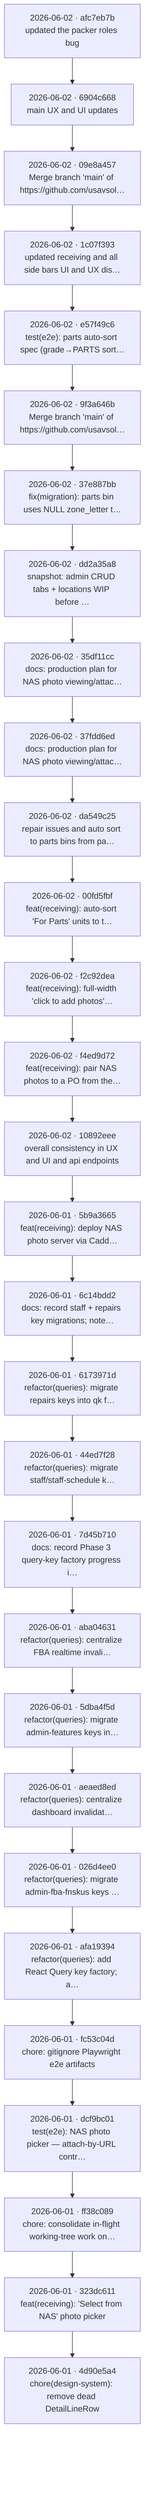
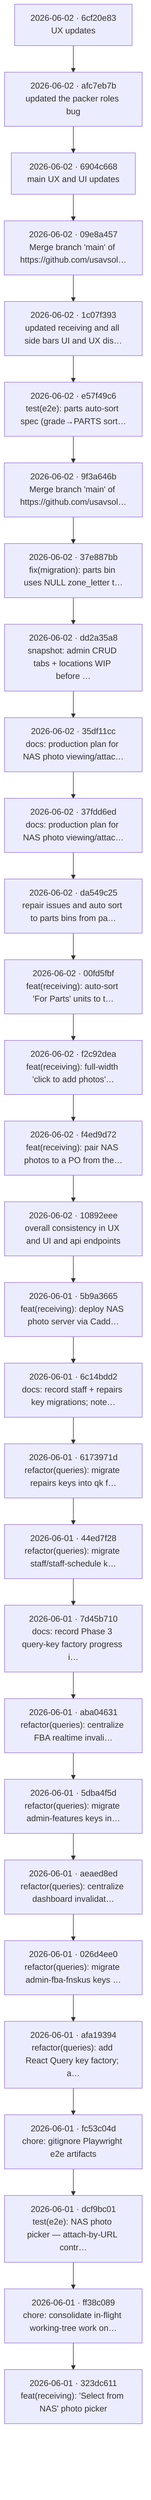
flowchart TB
-   c0["2026-06-02 · afc7eb7b<br/>updated the packer roles bug"]
-   c1["2026-06-02 · 6904c668<br/>main UX and UI updates"]
+   c0["2026-06-02 · 6cf20e83<br/>UX updates"]
+   c1["2026-06-02 · afc7eb7b<br/>updated the packer roles bug"]
  c0 --> c1
-   c2["2026-06-02 · 09e8a457<br/>Merge branch 'main' of https://github.com/usavsol…"]
+   c2["2026-06-02 · 6904c668<br/>main UX and UI updates"]
  c1 --> c2
-   c3["2026-06-02 · 1c07f393<br/>updated receiving and all side bars UI and UX dis…"]
+   c3["2026-06-02 · 09e8a457<br/>Merge branch 'main' of https://github.com/usavsol…"]
  c2 --> c3
-   c4["2026-06-02 · e57f49c6<br/>test(e2e): parts auto-sort spec (grade→PARTS sort…"]
+   c4["2026-06-02 · 1c07f393<br/>updated receiving and all side bars UI and UX dis…"]
  c3 --> c4
-   c5["2026-06-02 · 9f3a646b<br/>Merge branch 'main' of https://github.com/usavsol…"]
+   c5["2026-06-02 · e57f49c6<br/>test(e2e): parts auto-sort spec (grade→PARTS sort…"]
  c4 --> c5
-   c6["2026-06-02 · 37e887bb<br/>fix(migration): parts bin uses NULL zone_letter t…"]
+   c6["2026-06-02 · 9f3a646b<br/>Merge branch 'main' of https://github.com/usavsol…"]
  c5 --> c6
-   c7["2026-06-02 · dd2a35a8<br/>snapshot: admin CRUD tabs + locations WIP before …"]
+   c7["2026-06-02 · 37e887bb<br/>fix(migration): parts bin uses NULL zone_letter t…"]
  c6 --> c7
-   c8["2026-06-02 · 35df11cc<br/>docs: production plan for NAS photo viewing/attac…"]
+   c8["2026-06-02 · dd2a35a8<br/>snapshot: admin CRUD tabs + locations WIP before …"]
  c7 --> c8
-   c9["2026-06-02 · 37fdd6ed<br/>docs: production plan for NAS photo viewing/attac…"]
+   c9["2026-06-02 · 35df11cc<br/>docs: production plan for NAS photo viewing/attac…"]
  c8 --> c9
-   c10["2026-06-02 · da549c25<br/>repair issues and auto sort to parts bins from pa…"]
+   c10["2026-06-02 · 37fdd6ed<br/>docs: production plan for NAS photo viewing/attac…"]
  c9 --> c10
-   c11["2026-06-02 · 00fd5fbf<br/>feat(receiving): auto-sort 'For Parts' units to t…"]
+   c11["2026-06-02 · da549c25<br/>repair issues and auto sort to parts bins from pa…"]
  c10 --> c11
-   c12["2026-06-02 · f2c92dea<br/>feat(receiving): full-width 'click to add photos'…"]
+   c12["2026-06-02 · 00fd5fbf<br/>feat(receiving): auto-sort 'For Parts' units to t…"]
  c11 --> c12
-   c13["2026-06-02 · f4ed9d72<br/>feat(receiving): pair NAS photos to a PO from the…"]
+   c13["2026-06-02 · f2c92dea<br/>feat(receiving): full-width 'click to add photos'…"]
  c12 --> c13
-   c14["2026-06-02 · 10892eee<br/>overall consistency in UX and UI and api endpoints"]
+   c14["2026-06-02 · f4ed9d72<br/>feat(receiving): pair NAS photos to a PO from the…"]
  c13 --> c14
-   c15["2026-06-01 · 5b9a3665<br/>feat(receiving): deploy NAS photo server via Cadd…"]
+   c15["2026-06-02 · 10892eee<br/>overall consistency in UX and UI and api endpoints"]
  c14 --> c15
-   c16["2026-06-01 · 6c14bdd2<br/>docs: record staff + repairs key migrations; note…"]
+   c16["2026-06-01 · 5b9a3665<br/>feat(receiving): deploy NAS photo server via Cadd…"]
  c15 --> c16
-   c17["2026-06-01 · 6173971d<br/>refactor(queries): migrate repairs keys into qk f…"]
+   c17["2026-06-01 · 6c14bdd2<br/>docs: record staff + repairs key migrations; note…"]
  c16 --> c17
-   c18["2026-06-01 · 44ed7f28<br/>refactor(queries): migrate staff/staff-schedule k…"]
+   c18["2026-06-01 · 6173971d<br/>refactor(queries): migrate repairs keys into qk f…"]
  c17 --> c18
-   c19["2026-06-01 · 7d45b710<br/>docs: record Phase 3 query-key factory progress i…"]
+   c19["2026-06-01 · 44ed7f28<br/>refactor(queries): migrate staff/staff-schedule k…"]
  c18 --> c19
-   c20["2026-06-01 · aba04631<br/>refactor(queries): centralize FBA realtime invali…"]
+   c20["2026-06-01 · 7d45b710<br/>docs: record Phase 3 query-key factory progress i…"]
  c19 --> c20
-   c21["2026-06-01 · 5dba4f5d<br/>refactor(queries): migrate admin-features keys in…"]
+   c21["2026-06-01 · aba04631<br/>refactor(queries): centralize FBA realtime invali…"]
  c20 --> c21
-   c22["2026-06-01 · aeaed8ed<br/>refactor(queries): centralize dashboard invalidat…"]
+   c22["2026-06-01 · 5dba4f5d<br/>refactor(queries): migrate admin-features keys in…"]
  c21 --> c22
-   c23["2026-06-01 · 026d4ee0<br/>refactor(queries): migrate admin-fba-fnskus keys …"]
+   c23["2026-06-01 · aeaed8ed<br/>refactor(queries): centralize dashboard invalidat…"]
  c22 --> c23
-   c24["2026-06-01 · afa19394<br/>refactor(queries): add React Query key factory; a…"]
+   c24["2026-06-01 · 026d4ee0<br/>refactor(queries): migrate admin-fba-fnskus keys …"]
  c23 --> c24
-   c25["2026-06-01 · fc53c04d<br/>chore: gitignore Playwright e2e artifacts"]
+   c25["2026-06-01 · afa19394<br/>refactor(queries): add React Query key factory; a…"]
  c24 --> c25
-   c26["2026-06-01 · dcf9bc01<br/>test(e2e): NAS photo picker — attach-by-URL contr…"]
+   c26["2026-06-01 · fc53c04d<br/>chore: gitignore Playwright e2e artifacts"]
  c25 --> c26
-   c27["2026-06-01 · ff38c089<br/>chore: consolidate in-flight working-tree work on…"]
+   c27["2026-06-01 · dcf9bc01<br/>test(e2e): NAS photo picker — attach-by-URL contr…"]
  c26 --> c27
-   c28["2026-06-01 · 323dc611<br/>feat(receiving): 'Select from NAS' photo picker"]
+   c28["2026-06-01 · ff38c089<br/>chore: consolidate in-flight working-tree work on…"]
  c27 --> c28
-   c29["2026-06-01 · 4d90e5a4<br/>chore(design-system): remove dead DetailLineRow"]
+   c29["2026-06-01 · 323dc611<br/>feat(receiving): 'Select from NAS' photo picker"]
  c28 --> c29